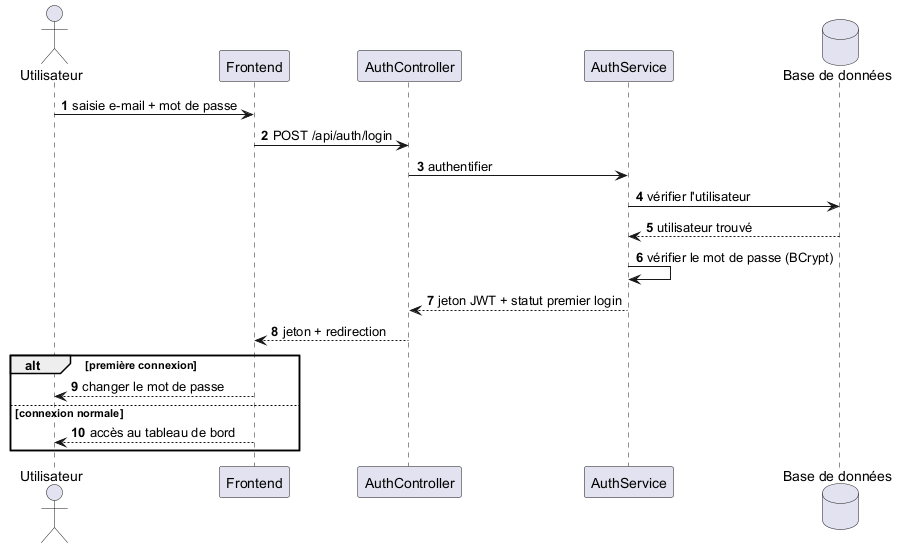
The PlantUML diagram docs/uml/seq_login.png in mazenrakrouki/tekup-pms-platform, before a commit.
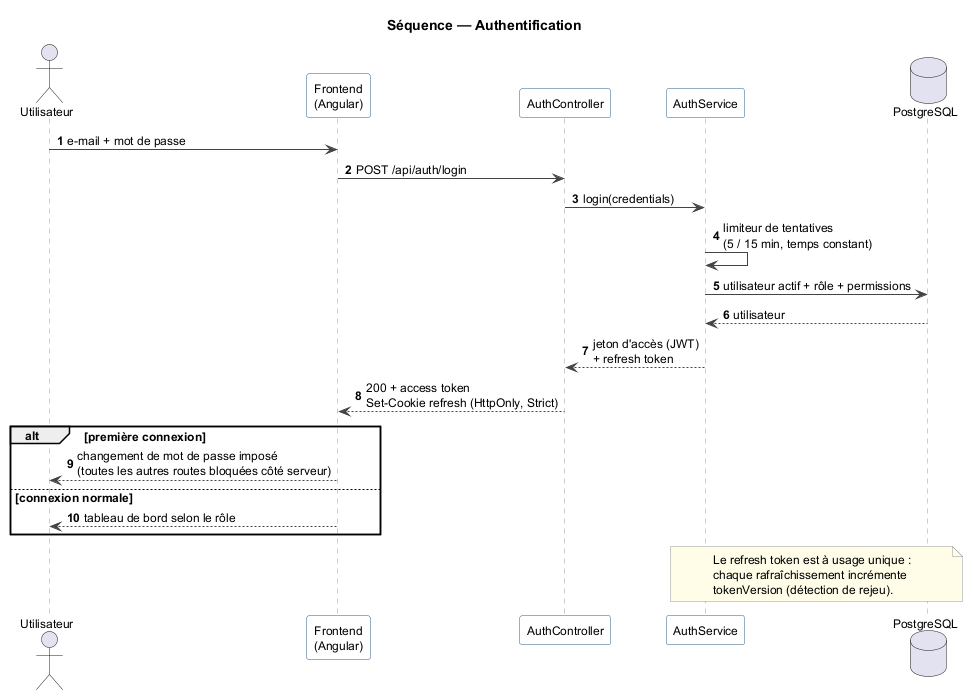
The same file after the commit.

What changed in the source:
```diff
@@ -1,22 +1,42 @@
 @startuml seq_login
+title Séquence — Authentification
+
+skinparam shadowing false
+skinparam defaultFontName Helvetica
+skinparam defaultFontSize 12
+skinparam sequenceParticipantBackgroundColor #FFFFFF
+skinparam sequenceParticipantBorderColor #2C5F8A
+skinparam sequenceLifeLineBorderColor #999999
+skinparam ArrowColor #444444
+skinparam noteBorderColor #999999
+skinparam noteBackgroundColor #FFFDE7
 autonumber
-actor "Utilisateur" as User
-participant "Frontend" as SPA
+
+actor "Utilisateur" as U
+participant "Frontend\n(Angular)" as SPA
 participant "AuthController" as AC
 participant "AuthService" as AS
-database "Base de données" as DB
+database "PostgreSQL" as DB
 
-User -> SPA : saisie e-mail + mot de passe
+U -> SPA : e-mail + mot de passe
 SPA -> AC : POST /api/auth/login
-AC -> AS : authentifier
-AS -> DB : vérifier l'utilisateur
-DB --> AS : utilisateur trouvé
-AS -> AS : vérifier le mot de passe (BCrypt)
-AS --> AC : jeton JWT + statut premier login
-AC --> SPA : jeton + redirection
+AC -> AS : login(credentials)
+AS -> AS : limiteur de tentatives\n(5 / 15 min, temps constant)
+AS -> DB : utilisateur actif + rôle + permissions
+DB --> AS : utilisateur
+AS --> AC : jeton d'accès (JWT)\n+ refresh token
+AC --> SPA : 200 + access token\nSet-Cookie refresh (HttpOnly, Strict)
+
 alt première connexion
-  SPA --> User : changer le mot de passe
+  SPA --> U : changement de mot de passe imposé\n(toutes les autres routes bloquées côté serveur)
 else connexion normale
-  SPA --> User : accès au tableau de bord
+  SPA --> U : tableau de bord selon le rôle
 end
+
+note over AS, DB
+  Le refresh token est à usage unique :
+  chaque rafraîchissement incrémente
+  tokenVersion (détection de rejeu).
+end note
+
 @enduml
```
